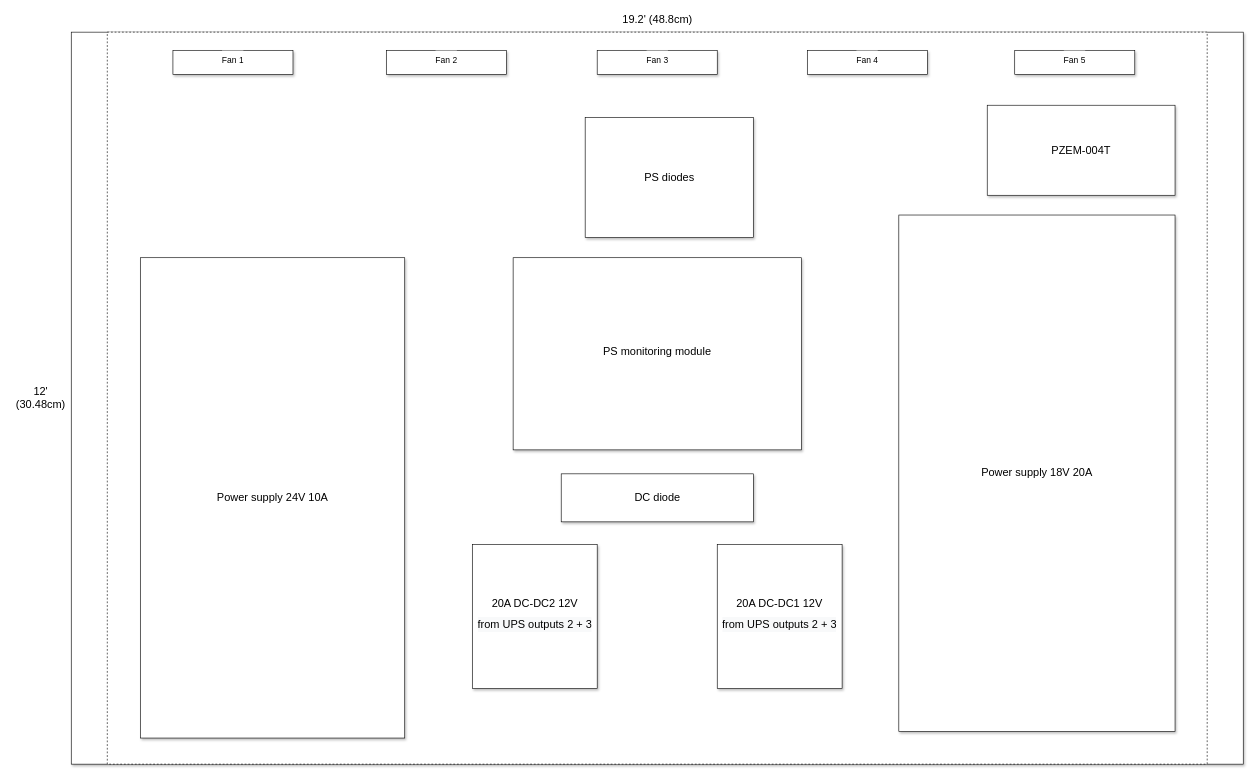
This is page "Back plate (v2)" (4 of 8) of home-cluster/draw.io/Cluster_Rack.drawio.xml from Halytskyi/SmartThings, a draw.io file, before an edit. Source tidied: cells renumbered, new cells numbered last; positions are measured from the earlier drawing's top-left corner, leaving out a move shared by most shapes. Both pictures are drawn from the tidied source at 61%, with x=0, y=0 at pixel (10, 10).
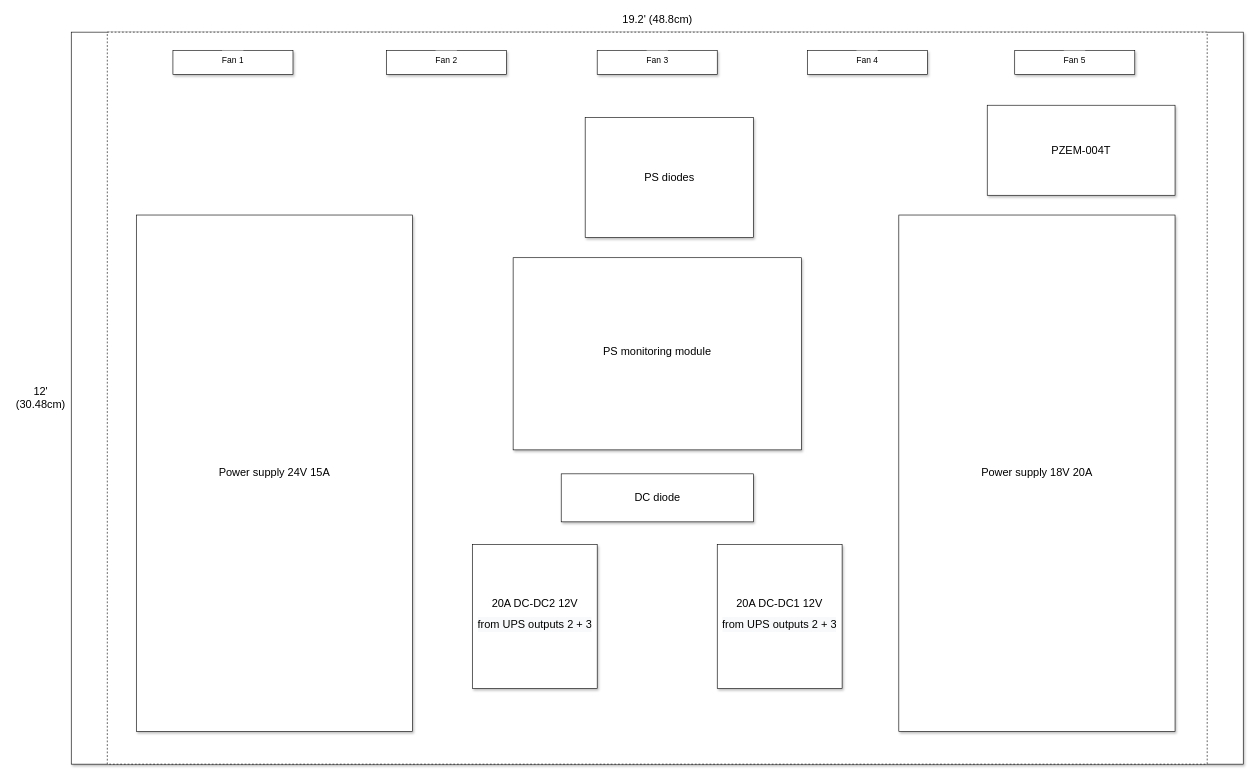
The same diagram, later.

What changed in the source:
```diff
@@
 <mxGraphModel>
   <root>
     <mxCell id="0" />
     <mxCell id="1" parent="0" />
     <mxCell id="2" style="rounded=0;whiteSpace=wrap;html=1;shadow=1;" parent="1" vertex="1">
       <mxGeometry x="100.3" y="35.2" width="1921.3" height="1200" as="geometry" />
     </mxCell>
     <mxCell id="3" style="rounded=0;whiteSpace=wrap;html=1;dashed=1;perimeterSpacing=0;shadow=0;sketch=0;glass=0;backgroundOutline=0;" parent="1" vertex="1">
       <mxGeometry x="159.4" y="35.2" width="1803.1" height="1200" as="geometry" />
     </mxCell>
     <mxCell id="4" value="19.2' (48.8cm)" style="text;html=1;align=center;verticalAlign=middle;fillColor=none;strokeColor=none;rounded=0;fontSize=18;" parent="1" vertex="1">
       <mxGeometry x="995.9" width="130" height="30" as="geometry" />
     </mxCell>
     <mxCell id="5" value="12'&lt;br style=&quot;font-size: 18px;&quot;&gt;(30.48cm)" style="text;html=1;align=center;verticalAlign=middle;fillColor=none;strokeColor=none;rounded=0;fontSize=18;" parent="1" vertex="1">
       <mxGeometry x="0.3" y="610.2" width="100" height="50" as="geometry" />
     </mxCell>
-    <mxCell id="6" value="&lt;font style=&quot;font-size: 18px&quot;&gt;Power supply 24V 10A&lt;/font&gt;" style="rounded=0;whiteSpace=wrap;html=1;direction=west;shadow=1;" parent="1" vertex="1">
-      <mxGeometry x="213.9" y="405" width="433.1" height="787.4" as="geometry" />
+    <mxCell id="6" value="&lt;font style=&quot;font-size: 18px&quot;&gt;Power supply 24V 15A&lt;/font&gt;" style="rounded=0;whiteSpace=wrap;html=1;direction=west;shadow=1;" parent="1" vertex="1">
+      <mxGeometry x="207" y="335" width="452.8" height="846.5" as="geometry" />
     </mxCell>
     <mxCell id="7" value="&lt;font style=&quot;font-size: 18px&quot;&gt;Power supply 18V 20A&lt;/font&gt;" style="rounded=0;whiteSpace=wrap;html=1;direction=west;shadow=1;" parent="1" vertex="1">
       <mxGeometry x="1457" y="335" width="452.8" height="846.5" as="geometry" />
     </mxCell>
     <mxCell id="8" value="&lt;h1 id=&quot;product-name&quot; class=&quot;fn&quot; style=&quot;box-sizing: border-box ; margin: 0px 0px 7px ; padding: 0px 0px 2px ; border: 0px ; font-stretch: normal ; line-height: 25px ; vertical-align: baseline ; overflow: hidden ; overflow-wrap: break-word ; background-color: rgb(255 , 255 , 255) ; font-size: 18px&quot;&gt;&lt;span style=&quot;font-weight: normal&quot;&gt;&lt;font face=&quot;arial&quot;&gt;20A DC-DC1 12&lt;/font&gt;V&lt;/span&gt;&lt;/h1&gt;&lt;h1 id=&quot;product-name&quot; class=&quot;fn&quot; style=&quot;box-sizing: border-box ; margin: 0px 0px 7px ; padding: 0px 0px 2px ; border: 0px ; font-stretch: normal ; line-height: 25px ; vertical-align: baseline ; overflow: hidden ; overflow-wrap: break-word ; background-color: rgb(255 , 255 , 255) ; font-size: 18px&quot;&gt;&lt;div style=&quot;font-weight: 400 ; background-color: rgb(248 , 249 , 250)&quot;&gt;from UPS outputs 2 + 3&lt;/div&gt;&lt;/h1&gt;" style="rounded=0;whiteSpace=wrap;html=1;direction=west;shadow=1;align=center;" parent="1" vertex="1">
       <mxGeometry x="1159.3" y="875" width="204.7" height="236.2" as="geometry" />
     </mxCell>
     <mxCell id="9" value="&lt;h1 id=&quot;product-name&quot; class=&quot;fn&quot; style=&quot;box-sizing: border-box ; margin: 0px 0px 7px ; padding: 0px 0px 2px ; border: 0px ; font-stretch: normal ; line-height: 25px ; vertical-align: baseline ; overflow: hidden ; overflow-wrap: break-word ; background-color: rgb(255 , 255 , 255) ; font-size: 18px&quot;&gt;&lt;font face=&quot;arial&quot;&gt;&lt;span style=&quot;font-weight: 400&quot;&gt;PS monitoring module&lt;/span&gt;&lt;/font&gt;&lt;/h1&gt;" style="rounded=0;whiteSpace=wrap;html=1;direction=west;shadow=1;align=center;" parent="1" vertex="1">
       <mxGeometry x="824.7" y="405" width="472.4" height="315" as="geometry" />
     </mxCell>
     <mxCell id="10" value="&lt;h1 id=&quot;product-name&quot; class=&quot;fn&quot; style=&quot;box-sizing: border-box ; margin: 0px 0px 7px ; padding: 0px 0px 2px ; border: 0px ; font-stretch: normal ; line-height: 25px ; vertical-align: baseline ; overflow: hidden ; overflow-wrap: break-word ; background-color: rgb(255 , 255 , 255)&quot;&gt;&lt;font face=&quot;arial&quot; size=&quot;1&quot;&gt;&lt;span style=&quot;font-weight: 400 ; font-size: 14px&quot;&gt;Fan 1&lt;/span&gt;&lt;/font&gt;&lt;/h1&gt;" style="rounded=0;whiteSpace=wrap;html=1;direction=west;shadow=1;align=center;" parent="1" vertex="1">
       <mxGeometry x="267" y="65" width="196.8" height="39.4" as="geometry" />
     </mxCell>
     <mxCell id="11" value="&lt;h1 id=&quot;product-name&quot; class=&quot;fn&quot; style=&quot;box-sizing: border-box ; margin: 0px 0px 7px ; padding: 0px 0px 2px ; border: 0px ; font-stretch: normal ; line-height: 25px ; vertical-align: baseline ; overflow: hidden ; overflow-wrap: break-word ; background-color: rgb(255 , 255 , 255)&quot;&gt;&lt;font face=&quot;arial&quot; size=&quot;1&quot;&gt;&lt;span style=&quot;font-weight: 400 ; font-size: 14px&quot;&gt;Fan 2&lt;/span&gt;&lt;/font&gt;&lt;/h1&gt;" style="rounded=0;whiteSpace=wrap;html=1;direction=west;shadow=1;align=center;" parent="1" vertex="1">
       <mxGeometry x="617" y="65" width="196.8" height="39.4" as="geometry" />
     </mxCell>
     <mxCell id="12" value="&lt;h1 id=&quot;product-name&quot; class=&quot;fn&quot; style=&quot;box-sizing: border-box ; margin: 0px 0px 7px ; padding: 0px 0px 2px ; border: 0px ; font-stretch: normal ; line-height: 25px ; vertical-align: baseline ; overflow: hidden ; overflow-wrap: break-word ; background-color: rgb(255 , 255 , 255)&quot;&gt;&lt;font face=&quot;arial&quot; size=&quot;1&quot;&gt;&lt;span style=&quot;font-weight: 400 ; font-size: 14px&quot;&gt;Fan 3&lt;/span&gt;&lt;/font&gt;&lt;/h1&gt;" style="rounded=0;whiteSpace=wrap;html=1;direction=west;shadow=1;align=center;" parent="1" vertex="1">
       <mxGeometry x="962.5" y="65" width="196.8" height="39.4" as="geometry" />
     </mxCell>
     <mxCell id="13" value="&lt;h1 id=&quot;product-name&quot; class=&quot;fn&quot; style=&quot;box-sizing: border-box ; margin: 0px 0px 7px ; padding: 0px 0px 2px ; border: 0px ; font-stretch: normal ; line-height: 25px ; vertical-align: baseline ; overflow: hidden ; overflow-wrap: break-word ; background-color: rgb(255 , 255 , 255)&quot;&gt;&lt;font face=&quot;arial&quot; size=&quot;1&quot;&gt;&lt;span style=&quot;font-weight: 400 ; font-size: 14px&quot;&gt;Fan 4&lt;/span&gt;&lt;/font&gt;&lt;/h1&gt;" style="rounded=0;whiteSpace=wrap;html=1;direction=west;shadow=1;align=center;" parent="1" vertex="1">
       <mxGeometry x="1307" y="65" width="196.8" height="39.4" as="geometry" />
     </mxCell>
     <mxCell id="14" value="&lt;h1 id=&quot;product-name&quot; class=&quot;fn&quot; style=&quot;box-sizing: border-box ; margin: 0px 0px 7px ; padding: 0px 0px 2px ; border: 0px ; font-stretch: normal ; line-height: 25px ; vertical-align: baseline ; overflow: hidden ; overflow-wrap: break-word ; background-color: rgb(255 , 255 , 255)&quot;&gt;&lt;font face=&quot;arial&quot; size=&quot;1&quot;&gt;&lt;span style=&quot;font-weight: 400 ; font-size: 14px&quot;&gt;Fan 5&lt;/span&gt;&lt;/font&gt;&lt;/h1&gt;" style="rounded=0;whiteSpace=wrap;html=1;direction=west;shadow=1;align=center;" parent="1" vertex="1">
       <mxGeometry x="1647" y="65" width="196.8" height="39.4" as="geometry" />
     </mxCell>
     <mxCell id="15" value="&lt;font style=&quot;font-size: 18px&quot;&gt;PS diodes&lt;/font&gt;" style="rounded=0;whiteSpace=wrap;html=1;shadow=1;direction=north;" parent="1" vertex="1">
       <mxGeometry x="942.8" y="175" width="275.6" height="196.8" as="geometry" />
     </mxCell>
     <mxCell id="16" value="&lt;h1 id=&quot;product-name&quot; class=&quot;fn&quot; style=&quot;box-sizing: border-box ; margin: 0px 0px 7px ; padding: 0px 0px 2px ; border: 0px ; font-stretch: normal ; line-height: 25px ; vertical-align: baseline ; overflow: hidden ; overflow-wrap: break-word ; background-color: rgb(255 , 255 , 255) ; font-size: 18px&quot;&gt;&lt;span style=&quot;font-weight: normal&quot;&gt;&lt;font face=&quot;arial&quot;&gt;20A DC-DC2 12&lt;/font&gt;V&lt;/span&gt;&lt;/h1&gt;&lt;h1 id=&quot;product-name&quot; class=&quot;fn&quot; style=&quot;box-sizing: border-box ; margin: 0px 0px 7px ; padding: 0px 0px 2px ; border: 0px ; font-stretch: normal ; line-height: 25px ; vertical-align: baseline ; overflow: hidden ; overflow-wrap: break-word ; background-color: rgb(255 , 255 , 255) ; font-size: 18px&quot;&gt;&lt;div style=&quot;font-weight: 400 ; background-color: rgb(248 , 249 , 250)&quot;&gt;from UPS outputs 2 + 3&lt;/div&gt;&lt;/h1&gt;" style="rounded=0;whiteSpace=wrap;html=1;direction=west;shadow=1;align=center;" parent="1" vertex="1">
       <mxGeometry x="757.8" y="875" width="204.7" height="236.2" as="geometry" />
     </mxCell>
     <mxCell id="17" value="&lt;font style=&quot;font-size: 18px&quot;&gt;DC diode&lt;/font&gt;" style="rounded=0;whiteSpace=wrap;html=1;shadow=1;direction=north;" parent="1" vertex="1">
       <mxGeometry x="903.5" y="759.3" width="315" height="78.7" as="geometry" />
     </mxCell>
     <mxCell id="18" value="&lt;font style=&quot;font-size: 18px&quot;&gt;PZEM-004T&lt;/font&gt;" style="rounded=0;whiteSpace=wrap;html=1;shadow=1;direction=north;" parent="1" vertex="1">
       <mxGeometry x="1601.9" y="155" width="307.9" height="147.6" as="geometry" />
     </mxCell>
   </root>
 </mxGraphModel>
```
